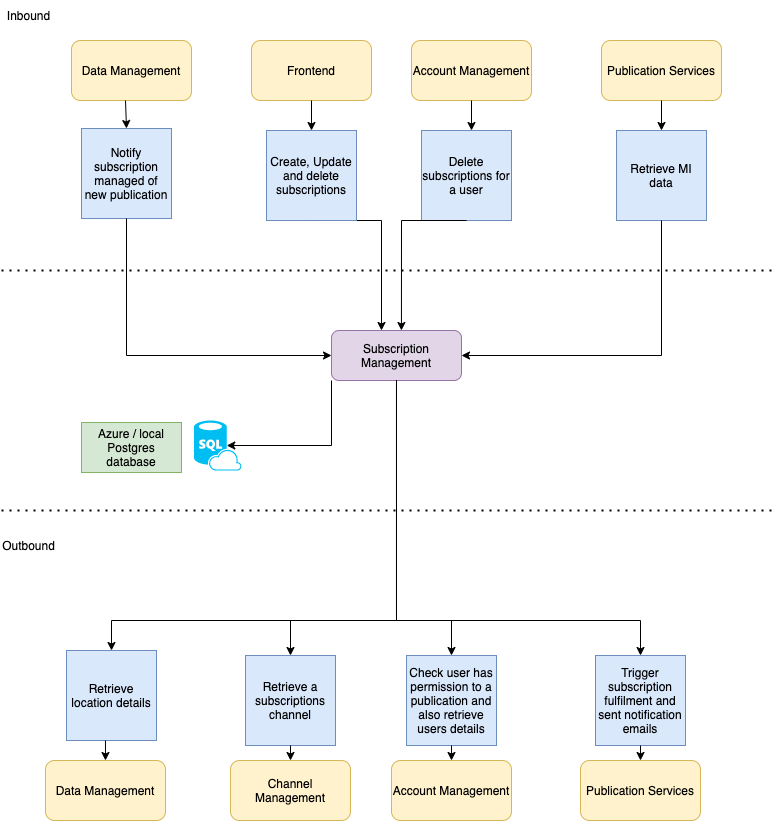
hmcts/pip-subscription-management keeps this draw.io diagram as subscription-man-arch.png. Above is the earlier version. Source tidied: cells renumbered, new cells last; positions are measured from the earlier drawing's top-left corner, leaving out a move shared by most shapes.
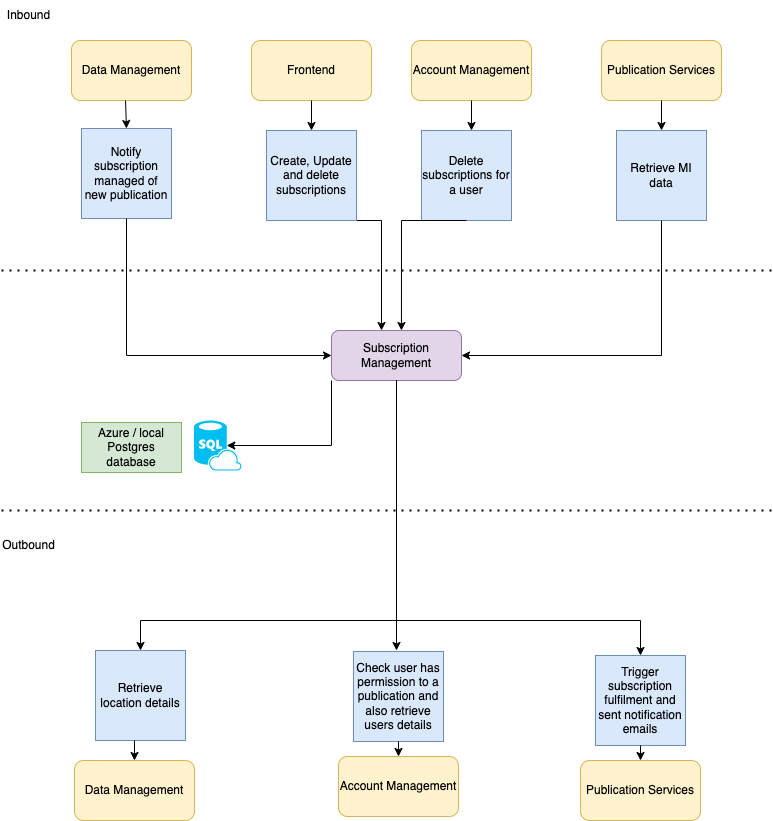
The same diagram one commit later.

Diff of the diagram source:
```diff
@@ -111,23 +111,17 @@
         <mxPoint x="770" y="510" as="targetPoint" />
       </mxGeometry>
     </mxCell>
-    <mxCell id="27" value="Channel Management" style="rounded=1;whiteSpace=wrap;html=1;fillColor=#fff2cc;strokeColor=#d6b656;" parent="1" vertex="1">
-      <mxGeometry x="229" y="760" width="120" height="60" as="geometry" />
-    </mxCell>
-    <mxCell id="28" value="Retrieve a subscriptions channel" style="whiteSpace=wrap;html=1;fillColor=#dae8fc;strokeColor=#6c8ebf;" parent="1" vertex="1">
-      <mxGeometry x="244" y="655" width="90" height="90" as="geometry" />
-    </mxCell>
     <mxCell id="29" value="Account Management" style="rounded=1;whiteSpace=wrap;html=1;fillColor=#fff2cc;strokeColor=#d6b656;" parent="1" vertex="1">
-      <mxGeometry x="390" y="760" width="120" height="60" as="geometry" />
+      <mxGeometry x="337" y="756" width="120" height="60" as="geometry" />
     </mxCell>
     <mxCell id="30" value="Check user has permission to a publication and also retrieve users details" style="whiteSpace=wrap;html=1;fillColor=#dae8fc;strokeColor=#6c8ebf;" parent="1" vertex="1">
-      <mxGeometry x="405" y="655" width="90" height="90" as="geometry" />
+      <mxGeometry x="352" y="651" width="90" height="90" as="geometry" />
     </mxCell>
     <mxCell id="31" value="Data Management" style="rounded=1;whiteSpace=wrap;html=1;fillColor=#fff2cc;strokeColor=#d6b656;" parent="1" vertex="1">
-      <mxGeometry x="44" y="760" width="120" height="60" as="geometry" />
+      <mxGeometry x="73" y="760" width="120" height="60" as="geometry" />
     </mxCell>
     <mxCell id="32" value="Retrieve location details" style="whiteSpace=wrap;html=1;fillColor=#dae8fc;strokeColor=#6c8ebf;" parent="1" vertex="1">
-      <mxGeometry x="65" y="650" width="90" height="90" as="geometry" />
+      <mxGeometry x="94" y="650" width="90" height="90" as="geometry" />
     </mxCell>
     <mxCell id="33" value="Publication Services" style="rounded=1;whiteSpace=wrap;html=1;fillColor=#fff2cc;strokeColor=#d6b656;" parent="1" vertex="1">
       <mxGeometry x="579" y="760" width="120" height="60" as="geometry" />
@@ -135,38 +129,27 @@
     <mxCell id="34" value="Trigger subscription fulfilment and sent notification emails" style="whiteSpace=wrap;html=1;fillColor=#dae8fc;strokeColor=#6c8ebf;" parent="1" vertex="1">
       <mxGeometry x="594" y="655" width="90" height="90" as="geometry" />
     </mxCell>
-    <mxCell id="35" style="endArrow=classic;html=1;rounded=0;exitX=0.5;exitY=1;exitDx=0;exitDy=0;entryX=0.5;entryY=0;entryDx=0;entryDy=0;" parent="1" edge="1" source="2" target="28">
-      <mxGeometry relative="1" as="geometry">
-        <Array as="points">
-          <mxPoint x="395" y="620" />
-          <mxPoint x="289" y="620" />
-        </Array>
-      </mxGeometry>
-    </mxCell>
-    <mxCell id="36" style="endArrow=classic;html=1;rounded=0;exitX=0.5;exitY=1;exitDx=0;exitDy=0;entryX=0.5;entryY=0;entryDx=0;entryDy=0;" parent="1" edge="1" source="28" target="27">
-      <mxGeometry relative="1" as="geometry" />
-    </mxCell>
     <mxCell id="37" style="endArrow=classic;html=1;rounded=0;exitX=0.5;exitY=1;exitDx=0;exitDy=0;" parent="1" edge="1" source="30">
       <mxGeometry relative="1" as="geometry">
-        <mxPoint x="450" y="760" as="targetPoint" />
+        <mxPoint x="397" y="756" as="targetPoint" />
       </mxGeometry>
     </mxCell>
     <mxCell id="38" style="endArrow=classic;html=1;rounded=0;exitX=0.5;exitY=1;exitDx=0;exitDy=0;entryX=0.5;entryY=0;entryDx=0;entryDy=0;" parent="1" edge="1" source="2" target="32">
       <mxGeometry relative="1" as="geometry">
         <Array as="points">
           <mxPoint x="395" y="620" />
-          <mxPoint x="110" y="620" />
+          <mxPoint x="139" y="620" />
         </Array>
       </mxGeometry>
     </mxCell>
     <mxCell id="39" style="endArrow=classic;html=1;rounded=0;exitX=0.433;exitY=1;exitDx=0;exitDy=0;exitPerimeter=0;entryX=0.5;entryY=0;entryDx=0;entryDy=0;" parent="1" edge="1" source="32" target="31">
       <mxGeometry relative="1" as="geometry" />
     </mxCell>
-    <mxCell id="40" style="endArrow=classic;html=1;rounded=0;exitX=0.5;exitY=1;exitDx=0;exitDy=0;entryX=0.5;entryY=0;entryDx=0;entryDy=0;" parent="1" edge="1" source="2" target="30">
+    <mxCell id="40" style="endArrow=classic;html=1;rounded=0;exitX=0.5;exitY=1;exitDx=0;exitDy=0;" parent="1" edge="1" source="2">
       <mxGeometry relative="1" as="geometry">
+        <mxPoint x="395" y="650" as="targetPoint" />
         <Array as="points">
           <mxPoint x="395" y="620" />
-          <mxPoint x="450" y="620" />
         </Array>
       </mxGeometry>
     </mxCell>
```
